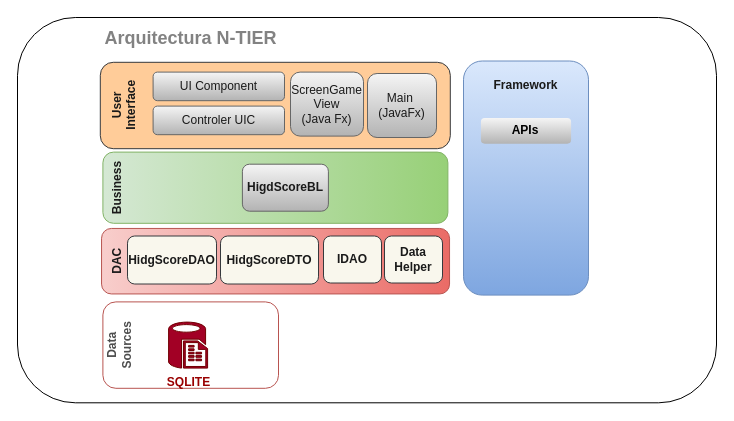
The draw.io diagram design/ArquiN-TIER.dio in Juancb28/SnakeGame, before the edit. Source tidied: cells renumbered, new cells numbered last; positions are measured from the earlier drawing's top-left corner, leaving out a move shared by most shapes. Both pictures are drawn from the tidied source at 100%, with x=0, y=0 at pixel (17, -70).
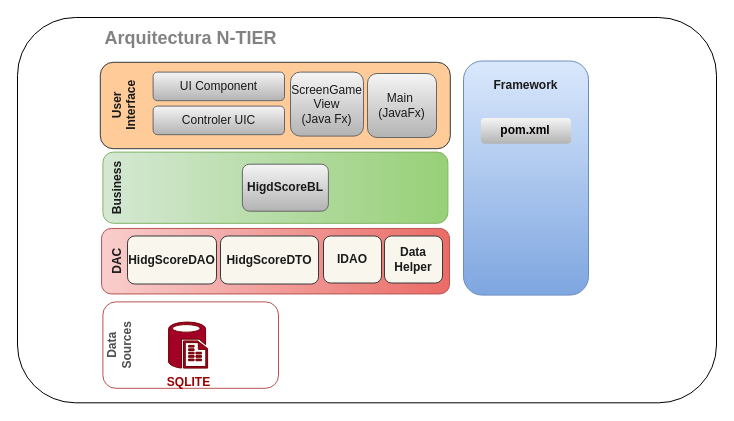
The same diagram, later.

Change to the diagram source:
```diff
@@
 <mxGraphModel>
   <root>
     <mxCell id="0" />
     <mxCell id="1" parent="0" />
     <mxCell id="2" style="rounded=1;whiteSpace=wrap;html=1;" parent="1" vertex="1">
       <mxGeometry y="87" width="699" height="385.3" as="geometry" />
     </mxCell>
     <mxCell id="3" value="&lt;font color=&quot;#1a1a1a&quot;&gt;&lt;b&gt;DAC&lt;br&gt;&lt;br&gt;&lt;br&gt;&lt;br&gt;&lt;br&gt;&lt;br&gt;&lt;br&gt;&lt;br&gt;&lt;br&gt;&lt;br&gt;&lt;br&gt;&lt;br&gt;&lt;br&gt;&lt;br&gt;&lt;br&gt;&lt;br&gt;&lt;br&gt;&lt;br&gt;&lt;br&gt;&lt;br&gt;&lt;br&gt;&lt;br&gt;&lt;/b&gt;&lt;br&gt;&lt;/font&gt;" style="rounded=1;whiteSpace=wrap;html=1;fillColor=#f8cecc;strokeColor=#b85450;rotation=-90;gradientColor=#ea6b66;" parent="1" vertex="1">
       <mxGeometry x="225.3" y="156.7" width="65.5" height="348" as="geometry" />
     </mxCell>
     <mxCell id="4" value="&lt;font color=&quot;#1a1a1a&quot;&gt;&lt;b&gt;HidgScoreDAO&lt;/b&gt;&lt;br&gt;&lt;/font&gt;" style="rounded=1;whiteSpace=wrap;html=1;fillColor=#f9f7ed;strokeColor=#36393d;" parent="1" vertex="1">
       <mxGeometry x="110" y="305.5" width="89" height="48" as="geometry" />
     </mxCell>
     <mxCell id="5" value="&lt;font color=&quot;#828282&quot; style=&quot;font-size: 18px;&quot;&gt;&lt;b style=&quot;&quot;&gt;Arquitectura N-TIER&lt;/b&gt;&lt;/font&gt;" style="text;html=1;strokeColor=none;fillColor=none;align=center;verticalAlign=middle;whiteSpace=wrap;rounded=0;labelBackgroundColor=none;fontColor=#333333;" parent="1" vertex="1">
       <mxGeometry x="50.7" y="93" width="245" height="30" as="geometry" />
     </mxCell>
     <mxCell id="6" value="&lt;font color=&quot;#1a1a1a&quot;&gt;&lt;b&gt;Data Helper&lt;/b&gt;&lt;br&gt;&lt;/font&gt;" style="rounded=1;whiteSpace=wrap;html=1;fillColor=#f9f7ed;strokeColor=#36393d;" parent="1" vertex="1">
       <mxGeometry x="367" y="305.5" width="58" height="47" as="geometry" />
     </mxCell>
     <mxCell id="7" value="&lt;font color=&quot;#1a1a1a&quot;&gt;&lt;b&gt;Framework&lt;/b&gt;&lt;br&gt;&lt;br&gt;&lt;br&gt;&lt;br&gt;&lt;br&gt;&lt;br&gt;&lt;br&gt;&lt;br&gt;&lt;br&gt;&lt;br&gt;&lt;br&gt;&lt;br&gt;&lt;br&gt;&lt;br&gt;&lt;/font&gt;" style="rounded=1;whiteSpace=wrap;html=1;fillColor=#dae8fc;strokeColor=#6c8ebf;gradientColor=#7ea6e0;" parent="1" vertex="1">
       <mxGeometry x="446" y="130.5" width="125" height="234.1" as="geometry" />
     </mxCell>
-    <mxCell id="8" value="&lt;span style=&quot;&quot;&gt;&lt;font color=&quot;#000000&quot;&gt;&lt;b&gt;APIs&lt;/b&gt;&lt;/font&gt;&lt;/span&gt;" style="rounded=1;whiteSpace=wrap;html=1;fillColor=#f5f5f5;strokeColor=none;gradientColor=#b3b3b3;" parent="1" vertex="1">
+    <mxCell id="8" value="&lt;span style=&quot;&quot;&gt;&lt;font color=&quot;#000000&quot;&gt;&lt;b&gt;pom.xml&lt;/b&gt;&lt;/font&gt;&lt;/span&gt;" style="rounded=1;whiteSpace=wrap;html=1;fillColor=#f5f5f5;strokeColor=none;gradientColor=#b3b3b3;" parent="1" vertex="1">
       <mxGeometry x="463.4" y="187.6" width="90.2" height="25.6" as="geometry" />
     </mxCell>
     <mxCell id="9" value="&lt;font color=&quot;#1a1a1a&quot;&gt;&lt;b&gt;Business&lt;br&gt;&lt;br&gt;&lt;br&gt;&lt;br&gt;&lt;br&gt;&lt;br&gt;&lt;br&gt;&lt;br&gt;&lt;br&gt;&lt;br&gt;&lt;br&gt;&lt;br&gt;&lt;br&gt;&lt;br&gt;&lt;br&gt;&lt;br&gt;&lt;br&gt;&lt;br&gt;&lt;br&gt;&lt;br&gt;&lt;br&gt;&lt;br&gt;&lt;/b&gt;&lt;br&gt;&lt;/font&gt;" style="rounded=1;whiteSpace=wrap;html=1;fillColor=#d5e8d4;strokeColor=#82b366;rotation=-90;gradientColor=#97d077;" parent="1" vertex="1">
       <mxGeometry x="222.3" y="84.7" width="71.2" height="345" as="geometry" />
     </mxCell>
     <mxCell id="10" value="&lt;font color=&quot;#1a1a1a&quot;&gt;&lt;b&gt;HigdScoreBL&lt;/b&gt;&lt;/font&gt;" style="rounded=1;whiteSpace=wrap;html=1;fillColor=#f5f5f5;strokeColor=#666666;gradientColor=#b3b3b3;" parent="1" vertex="1">
       <mxGeometry x="224.9" y="233.7" width="86" height="47" as="geometry" />
     </mxCell>
     <mxCell id="11" value="&lt;b style=&quot;&quot;&gt;&lt;font color=&quot;#4d4d4d&quot;&gt;Data&lt;br&gt;Sources&lt;br&gt;&lt;br&gt;&lt;br&gt;&lt;br&gt;&lt;br&gt;&lt;br&gt;&lt;br&gt;&lt;br&gt;&lt;br&gt;&lt;br&gt;&lt;/font&gt;&lt;br&gt;&lt;/b&gt;" style="rounded=1;whiteSpace=wrap;html=1;fillColor=none;strokeColor=#b85450;rotation=-90;gradientColor=#ea6b66;" parent="1" vertex="1">
       <mxGeometry x="130" y="326.8" width="86.4" height="175.6" as="geometry" />
     </mxCell>
     <mxCell id="12" value="&lt;font color=&quot;#1a1a1a&quot;&gt;&lt;b&gt;User&lt;br&gt;Interface&lt;br&gt;&lt;br&gt;&lt;br&gt;&lt;br&gt;&lt;br&gt;&lt;br&gt;&lt;br&gt;&lt;br&gt;&lt;br&gt;&lt;br&gt;&lt;br&gt;&lt;br&gt;&lt;br&gt;&lt;br&gt;&lt;br&gt;&lt;br&gt;&lt;br&gt;&lt;br&gt;&lt;br&gt;&lt;br&gt;&lt;br&gt;&lt;/b&gt;&lt;br&gt;&lt;/font&gt;" style="rounded=1;whiteSpace=wrap;html=1;fillColor=#ffcc99;strokeColor=#36393d;rotation=-90;" parent="1" vertex="1">
       <mxGeometry x="214.6" width="86.4" height="350" as="geometry" />
     </mxCell>
     <mxCell id="13" value="&lt;font color=&quot;#1a1a1a&quot;&gt;UI Component&lt;/font&gt;" style="rounded=1;whiteSpace=wrap;html=1;fillColor=#f5f5f5;strokeColor=#666666;gradientColor=#b3b3b3;" parent="1" vertex="1">
       <mxGeometry x="135.6" y="141.6" width="131.4" height="28.6" as="geometry" />
     </mxCell>
     <mxCell id="14" value="&lt;span style=&quot;color: rgb(26, 26, 26);&quot;&gt;ScreenGame View&lt;br&gt;(Java Fx)&lt;br&gt;&lt;/span&gt;" style="rounded=1;whiteSpace=wrap;html=1;fillColor=#f5f5f5;strokeColor=#666666;gradientColor=#b3b3b3;" parent="1" vertex="1">
       <mxGeometry x="273" y="141.6" width="73" height="64" as="geometry" />
     </mxCell>
     <mxCell id="15" value="&lt;span style=&quot;color: rgb(26, 26, 26);&quot;&gt;Main&amp;nbsp;&lt;br&gt;(JavaFx)&lt;br&gt;&lt;/span&gt;" style="rounded=1;whiteSpace=wrap;html=1;fillColor=#f5f5f5;strokeColor=#666666;gradientColor=#b3b3b3;" parent="1" vertex="1">
       <mxGeometry x="350" y="143" width="69" height="64" as="geometry" />
     </mxCell>
     <mxCell id="16" value="&lt;b&gt;&lt;font color=&quot;#990000&quot;&gt;SQLITE&lt;/font&gt;&lt;/b&gt;" style="verticalLabelPosition=bottom;html=1;verticalAlign=top;align=center;strokeColor=#6F0000;fillColor=#a20025;shape=mxgraph.azure.sql_reporting;fontColor=#ffffff;" parent="1" vertex="1">
       <mxGeometry x="151.1" y="391.6" width="39" height="46" as="geometry" />
     </mxCell>
     <mxCell id="17" value="&lt;font color=&quot;#1a1a1a&quot;&gt;&lt;b&gt;IDAO&lt;/b&gt;&lt;br&gt;&lt;/font&gt;" style="rounded=1;whiteSpace=wrap;html=1;fillColor=#f9f7ed;strokeColor=#36393d;" parent="1" vertex="1">
       <mxGeometry x="306" y="305.5" width="58" height="47" as="geometry" />
     </mxCell>
     <mxCell id="18" value="&lt;b style=&quot;color: rgb(26, 26, 26);&quot;&gt;HidgScoreDTO&lt;/b&gt;&lt;font color=&quot;#1a1a1a&quot;&gt;&lt;br&gt;&lt;/font&gt;" style="rounded=1;whiteSpace=wrap;html=1;fillColor=#f9f7ed;strokeColor=#36393d;" parent="1" vertex="1">
       <mxGeometry x="203" y="305.5" width="98" height="48" as="geometry" />
     </mxCell>
     <mxCell id="19" value="&lt;font color=&quot;#1a1a1a&quot;&gt;Controler UIC&lt;/font&gt;" style="rounded=1;whiteSpace=wrap;html=1;fillColor=#f5f5f5;strokeColor=#666666;gradientColor=#b3b3b3;" parent="1" vertex="1">
       <mxGeometry x="135.6" y="175.6" width="131.4" height="28.6" as="geometry" />
     </mxCell>
   </root>
 </mxGraphModel>
```
